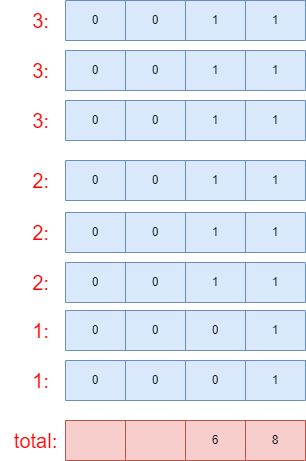
Above: algrithem/k_num.drawio.png in muxicode/c153080686 (draw.io), before the change. Source tidied: cells renumbered, new cells last; positions are measured from the earlier drawing's top-left corner, leaving out a move shared by most shapes.
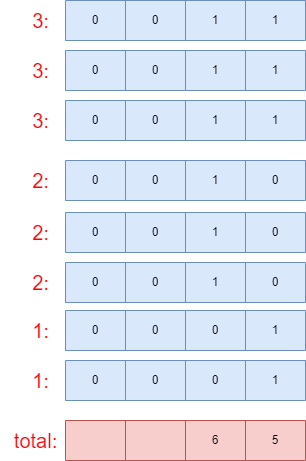
Later version of the same file.

Diff of the diagram source:
```diff
@@ -83,7 +83,7 @@
     <mxCell id="28" value="1" style="shape=partialRectangle;html=1;whiteSpace=wrap;strokeColor=inherit;overflow=hidden;fillColor=none;top=0;left=0;bottom=0;right=0;" parent="25" vertex="1">
       <mxGeometry x="120" width="60" height="40" as="geometry" />
     </mxCell>
-    <mxCell id="29" value="1" style="shape=partialRectangle;html=1;whiteSpace=wrap;strokeColor=inherit;overflow=hidden;fillColor=none;top=0;left=0;bottom=0;right=0;" parent="25" vertex="1">
+    <mxCell id="29" value="0" style="shape=partialRectangle;html=1;whiteSpace=wrap;strokeColor=inherit;overflow=hidden;fillColor=none;top=0;left=0;bottom=0;right=0;" parent="25" vertex="1">
       <mxGeometry x="180" width="60" height="40" as="geometry" />
     </mxCell>
     <mxCell id="30" value="&lt;font color=&quot;#ff0000&quot; style=&quot;font-size: 20px;&quot;&gt;2:&lt;/font&gt;" style="text;html=1;align=center;verticalAlign=middle;strokeColor=none;fillColor=none;" parent="1" vertex="1">
@@ -104,7 +104,7 @@
     <mxCell id="35" value="1" style="shape=partialRectangle;html=1;whiteSpace=wrap;strokeColor=inherit;overflow=hidden;fillColor=none;top=0;left=0;bottom=0;right=0;" parent="32" vertex="1">
       <mxGeometry x="120" width="60" height="40" as="geometry" />
     </mxCell>
-    <mxCell id="36" value="1" style="shape=partialRectangle;html=1;whiteSpace=wrap;strokeColor=inherit;overflow=hidden;fillColor=none;top=0;left=0;bottom=0;right=0;" parent="32" vertex="1">
+    <mxCell id="36" value="0" style="shape=partialRectangle;html=1;whiteSpace=wrap;strokeColor=inherit;overflow=hidden;fillColor=none;top=0;left=0;bottom=0;right=0;" parent="32" vertex="1">
       <mxGeometry x="180" width="60" height="40" as="geometry" />
     </mxCell>
     <mxCell id="37" value="&lt;font color=&quot;#ff0000&quot; style=&quot;font-size: 20px;&quot;&gt;2:&lt;/font&gt;" style="text;html=1;align=center;verticalAlign=middle;strokeColor=none;fillColor=none;" parent="1" vertex="1">
@@ -125,7 +125,7 @@
     <mxCell id="42" value="1" style="shape=partialRectangle;html=1;whiteSpace=wrap;strokeColor=inherit;overflow=hidden;fillColor=none;top=0;left=0;bottom=0;right=0;" parent="39" vertex="1">
       <mxGeometry x="120" width="60" height="40" as="geometry" />
     </mxCell>
-    <mxCell id="43" value="1" style="shape=partialRectangle;html=1;whiteSpace=wrap;strokeColor=inherit;overflow=hidden;fillColor=none;top=0;left=0;bottom=0;right=0;" parent="39" vertex="1">
+    <mxCell id="43" value="0" style="shape=partialRectangle;html=1;whiteSpace=wrap;strokeColor=inherit;overflow=hidden;fillColor=none;top=0;left=0;bottom=0;right=0;" parent="39" vertex="1">
       <mxGeometry x="180" width="60" height="40" as="geometry" />
     </mxCell>
     <mxCell id="44" value="&lt;font color=&quot;#ff0000&quot; style=&quot;font-size: 20px;&quot;&gt;1:&lt;/font&gt;" style="text;html=1;align=center;verticalAlign=middle;strokeColor=none;fillColor=none;" parent="1" vertex="1">
@@ -185,7 +185,7 @@
     <mxCell id="62" value="6" style="shape=partialRectangle;html=1;whiteSpace=wrap;strokeColor=inherit;overflow=hidden;fillColor=none;top=0;left=0;bottom=0;right=0;" parent="59" vertex="1">
       <mxGeometry x="120" width="60" height="40" as="geometry" />
     </mxCell>
-    <mxCell id="63" value="8" style="shape=partialRectangle;html=1;whiteSpace=wrap;strokeColor=inherit;overflow=hidden;fillColor=none;top=0;left=0;bottom=0;right=0;" parent="59" vertex="1">
+    <mxCell id="63" value="5" style="shape=partialRectangle;html=1;whiteSpace=wrap;strokeColor=inherit;overflow=hidden;fillColor=none;top=0;left=0;bottom=0;right=0;" parent="59" vertex="1">
       <mxGeometry x="180" width="60" height="40" as="geometry" />
     </mxCell>
     <mxCell id="64" value="&lt;font color=&quot;#ff0000&quot; style=&quot;font-size: 20px;&quot;&gt;total:&lt;/font&gt;" style="text;html=1;align=center;verticalAlign=middle;strokeColor=none;fillColor=none;" parent="1" vertex="1">
```
